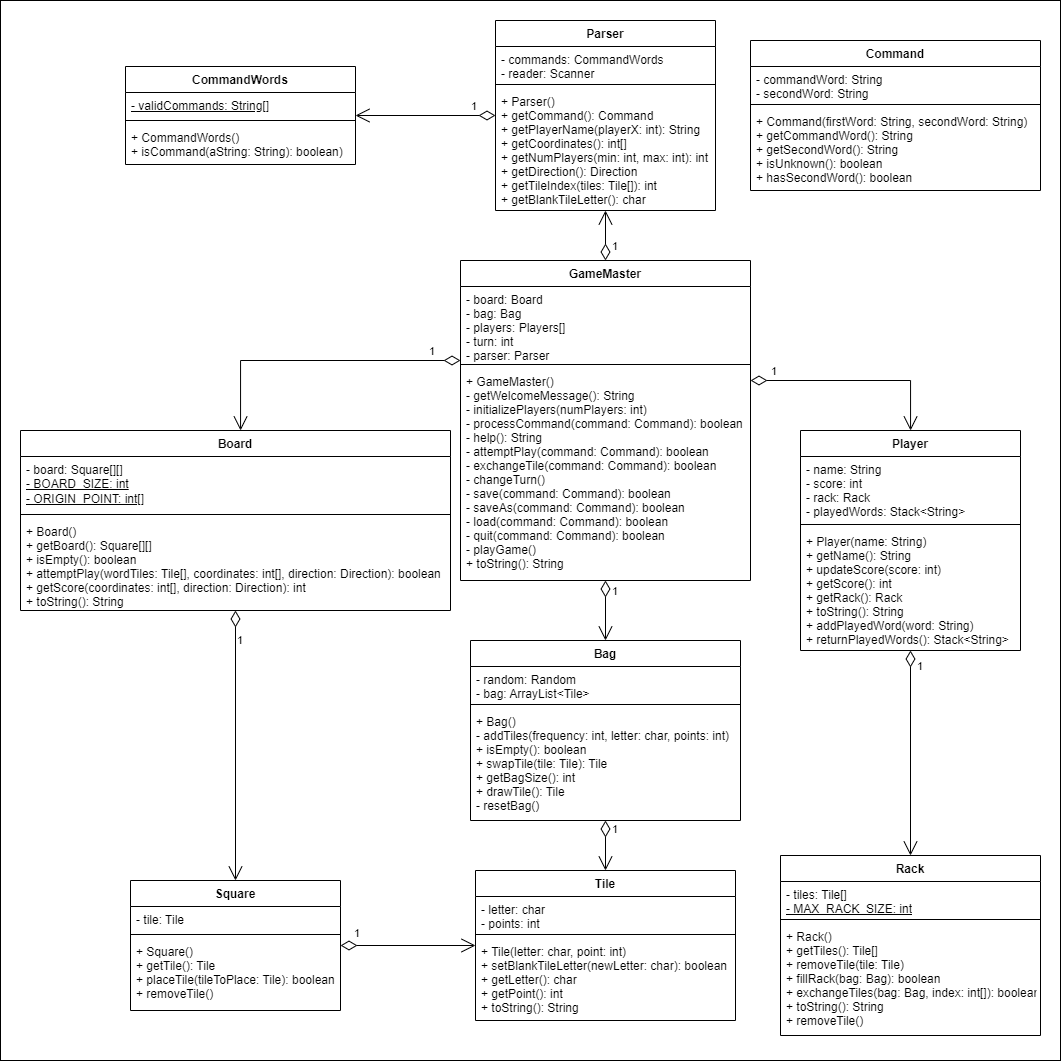
Before: src/ScrabbleUML.png, a diagram exported from draw.io (charles-55/ScrabbleGame). Source tidied: cells renumbered, new cells last; positions are measured from the earlier drawing's top-left corner, leaving out a move shared by most shapes.
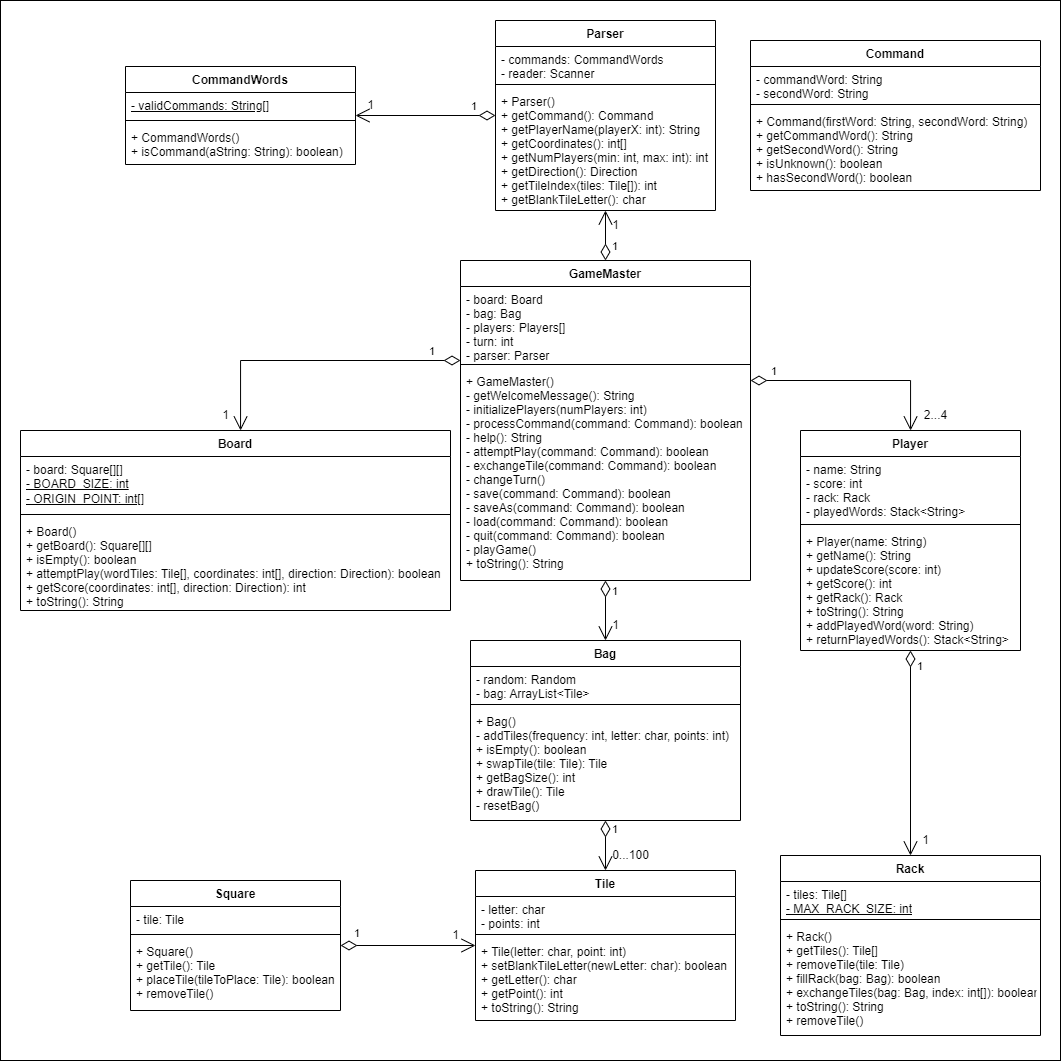
After the commit.

The edit, as a diff of the source:
```diff
@@ -112,9 +112,6 @@
     <mxCell id="35" value="1" style="endArrow=open;html=1;endSize=12;startArrow=diamondThin;startSize=14;startFill=0;edgeStyle=orthogonalEdgeStyle;align=left;verticalAlign=bottom;rounded=0;" parent="1" edge="1" source="11" target="19">
       <mxGeometry x="-0.27" y="5" relative="1" as="geometry" />
     </mxCell>
-    <mxCell id="36" value="1" style="endArrow=open;html=1;endSize=12;startArrow=diamondThin;startSize=14;startFill=0;edgeStyle=orthogonalEdgeStyle;align=left;verticalAlign=bottom;rounded=0;" parent="1" edge="1" source="7" target="15">
-      <mxGeometry x="-0.71" relative="1" as="geometry" />
-    </mxCell>
     <mxCell id="37" value="1" style="endArrow=open;html=1;endSize=12;startArrow=diamondThin;startSize=14;startFill=0;edgeStyle=orthogonalEdgeStyle;align=left;verticalAlign=bottom;rounded=0;" parent="1" edge="1" source="15" target="19">
       <mxGeometry x="-0.83" y="3" relative="1" as="geometry" />
     </mxCell>
@@ -160,5 +157,29 @@
     <mxCell id="51" value="1" style="endArrow=open;html=1;endSize=12;startArrow=diamondThin;startSize=14;startFill=0;edgeStyle=orthogonalEdgeStyle;align=left;verticalAlign=bottom;rounded=0;" parent="1" edge="1" source="38" target="42">
       <mxGeometry x="-0.63" relative="1" as="geometry" />
     </mxCell>
+    <mxCell id="52" value="1" style="text;html=1;align=center;verticalAlign=middle;strokeColor=none;fillColor=none;" parent="1" vertex="1">
+      <mxGeometry x="210" y="400" width="30" height="30" as="geometry" />
+    </mxCell>
+    <mxCell id="53" value="1" style="text;html=1;align=center;verticalAlign=middle;strokeColor=none;fillColor=none;" parent="1" vertex="1">
+      <mxGeometry x="600" y="610" width="30" height="30" as="geometry" />
+    </mxCell>
+    <mxCell id="54" value="0...100" style="text;html=1;align=center;verticalAlign=middle;strokeColor=none;fillColor=none;" parent="1" vertex="1">
+      <mxGeometry x="600" y="840" width="60" height="30" as="geometry" />
+    </mxCell>
+    <mxCell id="55" value="1" style="text;html=1;align=center;verticalAlign=middle;strokeColor=none;fillColor=none;" parent="1" vertex="1">
+      <mxGeometry x="440" y="920" width="30" height="30" as="geometry" />
+    </mxCell>
+    <mxCell id="56" value="1" style="text;html=1;align=center;verticalAlign=middle;strokeColor=none;fillColor=none;" parent="1" vertex="1">
+      <mxGeometry x="910" y="825" width="30" height="30" as="geometry" />
+    </mxCell>
+    <mxCell id="57" value="2...4" style="text;html=1;align=center;verticalAlign=middle;strokeColor=none;fillColor=none;" parent="1" vertex="1">
+      <mxGeometry x="910" y="400" width="50" height="30" as="geometry" />
+    </mxCell>
+    <mxCell id="58" value="1" style="text;html=1;align=center;verticalAlign=middle;strokeColor=none;fillColor=none;" parent="1" vertex="1">
+      <mxGeometry x="600" y="210" width="30" height="30" as="geometry" />
+    </mxCell>
+    <mxCell id="59" value="1" style="text;html=1;align=center;verticalAlign=middle;strokeColor=none;fillColor=none;" parent="1" vertex="1">
+      <mxGeometry x="355" y="90" width="30" height="30" as="geometry" />
+    </mxCell>
   </root>
 </mxGraphModel>
```
